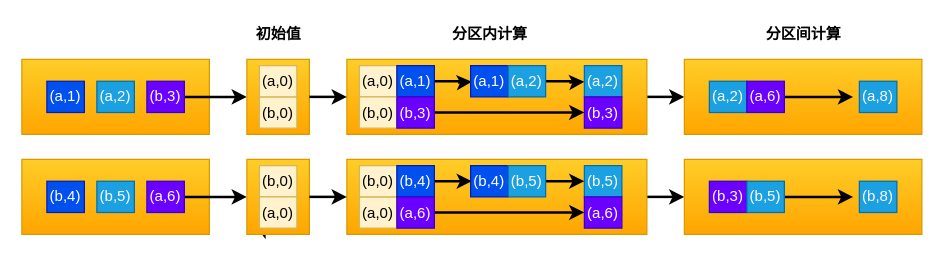
Before: bigdata/spark_aggregateByKey.drawio in yiluohan1234/drawIoImages, a draw.io diagram. Source tidied: cells renumbered, new cells numbered last; positions are measured from the earlier drawing's top-left corner, leaving out a move shared by most shapes. Both pictures are drawn from the tidied source at 125%, with x=0, y=0 at pixel (21, 21).
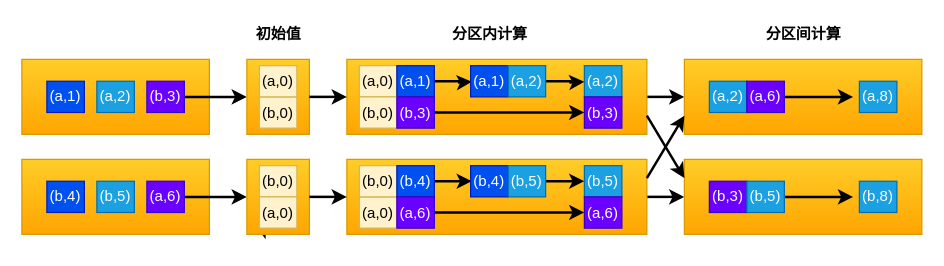
The same diagram, later.

The change refers to these unchanged cells:
```xml
<mxCell id="11" style="rounded=0;whiteSpace=wrap;html=1;fillColor=#ffcd28;gradientColor=#ffa500;strokeColor=#d79b00;" parent="1" vertex="1">
  <mxGeometry x="260" y="30" width="240" height="60" as="geometry" />
</mxCell>
<mxCell id="33" style="rounded=0;whiteSpace=wrap;html=1;fillColor=#ffcd28;gradientColor=#ffa500;strokeColor=#d79b00;" parent="1" vertex="1">
  <mxGeometry x="260" y="110" width="240" height="60" as="geometry" />
</mxCell>
<mxCell id="47" style="rounded=0;whiteSpace=wrap;html=1;fillColor=#ffcd28;gradientColor=#ffa500;strokeColor=#d79b00;" parent="1" vertex="1">
  <mxGeometry x="530" y="30" width="190" height="60" as="geometry" />
</mxCell>
<mxCell id="48" style="rounded=0;whiteSpace=wrap;html=1;fillColor=#ffcd28;gradientColor=#ffa500;strokeColor=#d79b00;" parent="1" vertex="1">
  <mxGeometry x="530" y="110" width="190" height="60" as="geometry" />
</mxCell>
```

The edit, as a diff of the source:
```diff
@@
+    <mxCell id="60" style="rounded=0;jettySize=auto;html=1;strokeWidth=2;entryX=0;entryY=0.25;entryDx=0;entryDy=0;exitX=1;exitY=0.75;exitDx=0;exitDy=0;" parent="1" edge="1" source="11" target="48">
+      <mxGeometry relative="1" as="geometry" />
+    </mxCell>
+    <mxCell id="61" style="rounded=0;jettySize=auto;html=1;strokeWidth=2;entryX=0;entryY=0.75;entryDx=0;entryDy=0;exitX=1;exitY=0.25;exitDx=0;exitDy=0;" parent="1" edge="1" source="33" target="47">
+      <mxGeometry relative="1" as="geometry" />
+    </mxCell>
```
